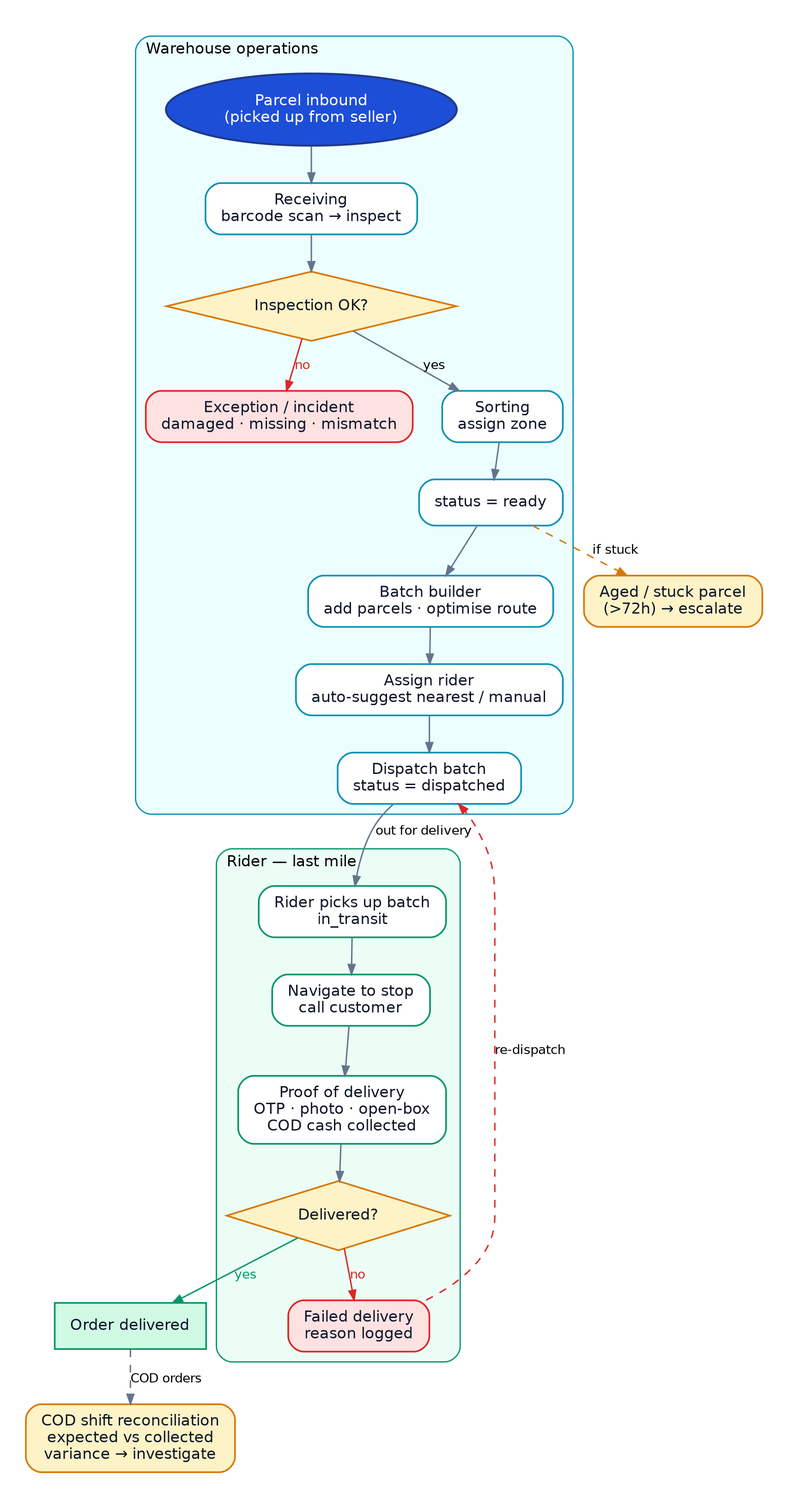
Above: docs/flows/diagrams/04_delivery.png in WaseemMirzaa/somba-apps (Graphviz), before the change. Its source is kept beside it as docs/flows/diagrams/04_delivery.dot.
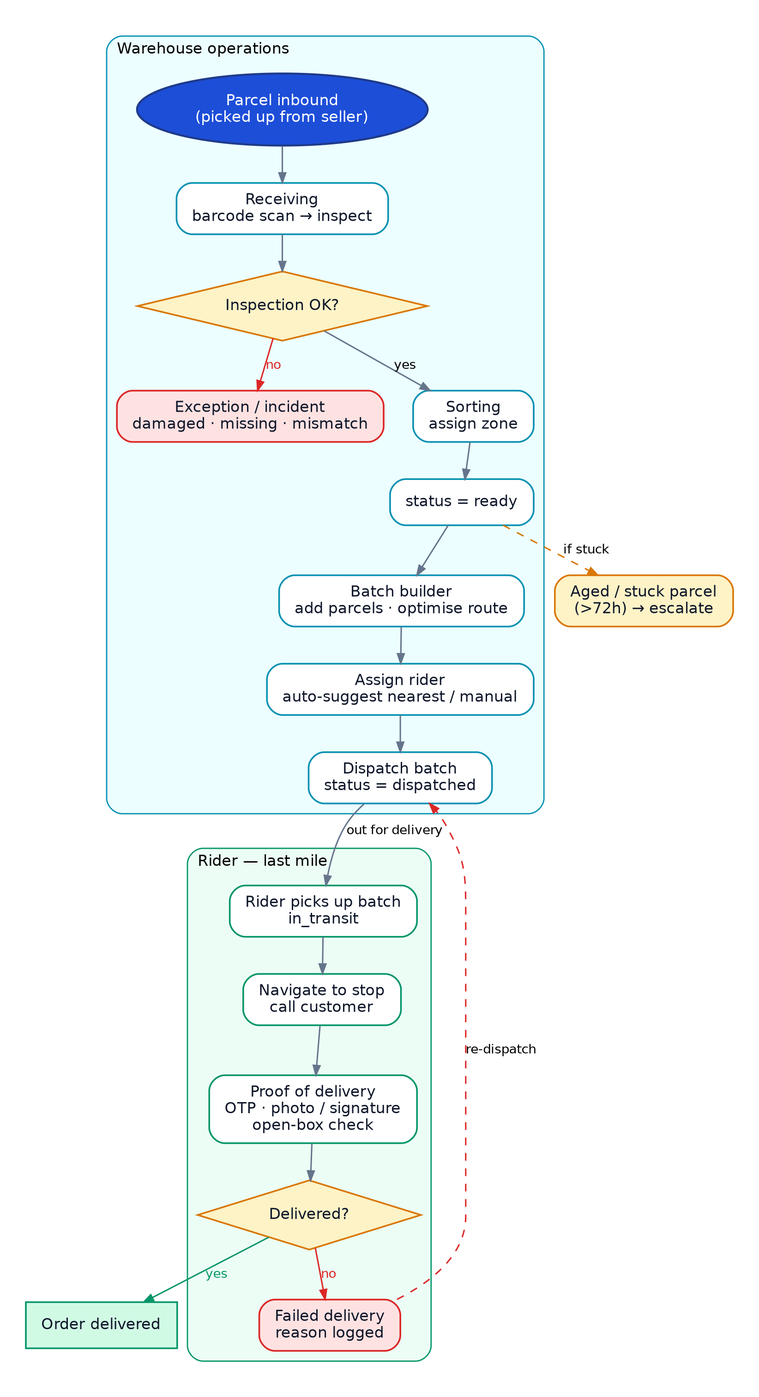
Above is the later version.

Diff of the diagram source:
```diff
@@ -28,16 +28,13 @@
   "d_nav" [label="Navigate to stop
 call customer", shape=box, style="rounded,filled", fillcolor="white", color="#059669", fontcolor="#0f172a", fontsize=12, penwidth=1.3];
   "d_pod" [label="Proof of delivery
-OTP · photo · open-box
-COD cash collected", shape=box, style="rounded,filled", fillcolor="white", color="#059669", fontcolor="#0f172a", fontsize=12, penwidth=1.3];
+OTP · photo / signature
+open-box check", shape=box, style="rounded,filled", fillcolor="white", color="#059669", fontcolor="#0f172a", fontsize=12, penwidth=1.3];
   "d_ok" [label="Delivered?", shape=diamond, style="filled", fillcolor="#FEF3C7", color="#d97706", fontcolor="#0f172a", fontsize=12, penwidth=1.3];
   "d_fail" [label="Failed delivery
 reason logged", shape=box, style="rounded,filled", fillcolor="#FEE2E2", color="#dc2626", fontcolor="#0f172a", fontsize=12, penwidth=1.3];
   }
   "d_done" [label="Order delivered", shape=box, style="filled", fillcolor="#D1FAE5", color="#059669", fontcolor="#0f172a", fontsize=12, penwidth=1.3];
-  "d_cod" [label="COD shift reconciliation
-expected vs collected
-variance → investigate", shape=box, style="rounded,filled", fillcolor="#FEF3C7", color="#d97706", fontcolor="#0f172a", fontsize=12, penwidth=1.3];
   "d_aged" [label="Aged / stuck parcel
 (>72h) → escalate", shape=box, style="rounded,filled", fillcolor="#FEF3C7", color="#d97706", fontcolor="#0f172a", fontsize=12, penwidth=1.3];
   "d_in" -> "d_recv" [style=solid, color="#64748b"];
@@ -55,6 +52,5 @@
   "d_ok" -> "d_done" [style=solid, color="#059669", label="yes", fontcolor="#059669"];
   "d_ok" -> "d_fail" [style=solid, color="#dc2626", label="no", fontcolor="#dc2626"];
   "d_fail" -> "d_disp" [style=dashed, color="#dc2626", label="re-dispatch"];
-  "d_done" -> "d_cod" [style=dashed, color="#64748b", label="COD orders"];
   "d_ready" -> "d_aged" [style=dashed, color="#d97706", label="if stuck"];
 }
```
